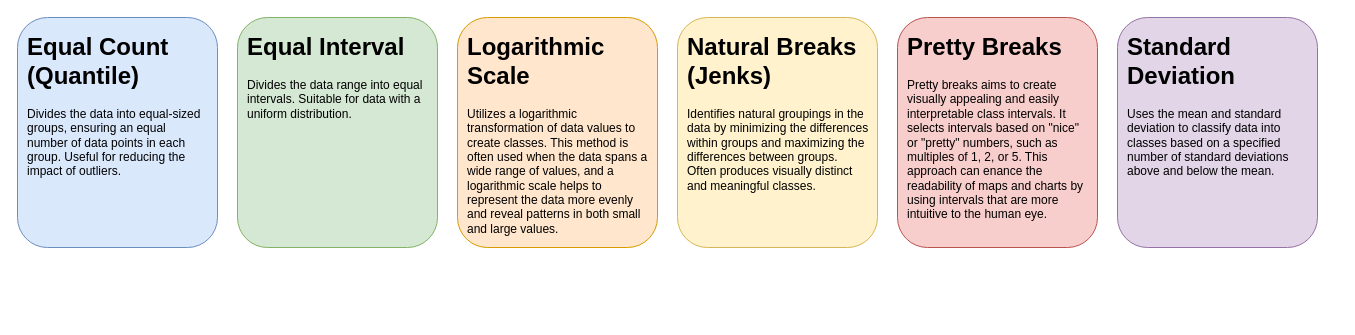
This is Assets/3_Theory/3_Theory_data_classification.drawio from haseeb-cb/fundamentals-of-gis, a draw.io file, before an edit. Source tidied: cells renumbered, new cells numbered last; positions are measured from the earlier drawing's top-left corner, leaving out a move shared by most shapes. Both pictures are drawn from the tidied source at 100%, with x=0, y=0 at pixel (17, 17).
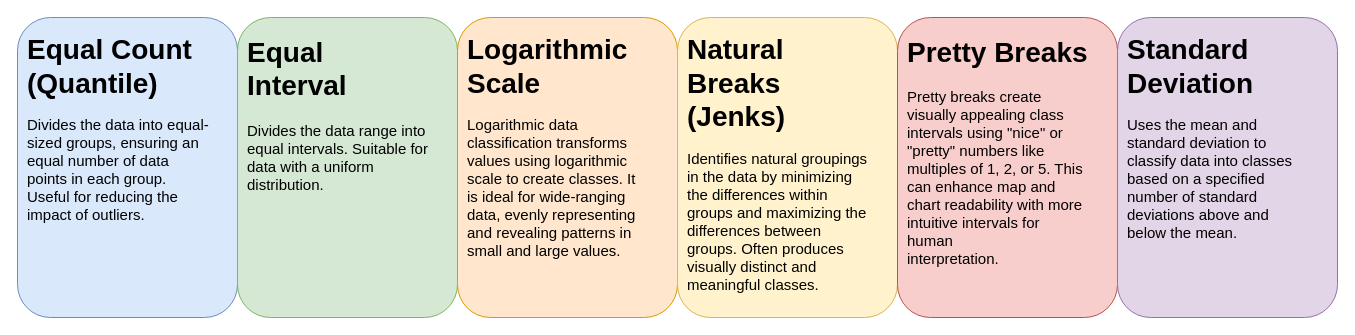
Above is the later version.

The edit, as a diff of the source:
```diff
@@
 <mxGraphModel>
   <root>
     <mxCell id="0" />
     <mxCell id="1" parent="0" />
     <mxCell id="2" style="rounded=1;whiteSpace=wrap;html=1;fillColor=#dae8fc;strokeColor=#6c8ebf;" parent="1" vertex="1">
-      <mxGeometry width="200" height="230" as="geometry" />
+      <mxGeometry width="220" height="300" as="geometry" />
     </mxCell>
-    <mxCell id="3" value="&lt;h1&gt;&lt;font style=&quot;font-size: 18px;&quot;&gt;&lt;font style=&quot;font-size: 18px;&quot;&gt;&lt;font style=&quot;font-size: 24px;&quot;&gt;&lt;font style=&quot;font-size: 24px;&quot;&gt;Equal Count (Quantile)&lt;/font&gt;&lt;/font&gt;&lt;/font&gt;&lt;/font&gt;&lt;br&gt;&lt;/h1&gt;&lt;p&gt;Divides the data into equal-sized groups, ensuring an equal number of data points in each group. Useful for reducing the impact of outliers.&lt;/p&gt;" style="text;html=1;strokeColor=none;fillColor=none;spacing=5;spacingTop=-20;whiteSpace=wrap;overflow=hidden;rounded=0;" parent="1" vertex="1">
-      <mxGeometry x="5" y="10" width="190" height="210" as="geometry" />
+    <mxCell id="3" value="&lt;h1&gt;&lt;font style=&quot;font-size: 18px;&quot;&gt;&lt;font style=&quot;font-size: 18px;&quot;&gt;&lt;font style=&quot;font-size: 24px;&quot;&gt;&lt;font style=&quot;font-size: 24px;&quot;&gt;&lt;font style=&quot;font-size: 28px;&quot;&gt;&lt;font style=&quot;font-size: 28px;&quot;&gt;Equal Count (Quantile)&lt;/font&gt;&lt;/font&gt;&lt;/font&gt;&lt;/font&gt;&lt;/font&gt;&lt;/font&gt;&lt;br&gt;&lt;/h1&gt;&lt;p&gt;&lt;font style=&quot;font-size: 15px;&quot;&gt;&lt;font style=&quot;font-size: 15px;&quot;&gt;Divides the data into equal-sized groups, ensuring an equal number of data points in each group. Useful for reducing the impact of outliers.&lt;/font&gt;&lt;/font&gt;&lt;/p&gt;" style="text;html=1;strokeColor=none;fillColor=none;spacing=5;spacingTop=-20;whiteSpace=wrap;overflow=hidden;rounded=0;" parent="1" vertex="1">
+      <mxGeometry x="5" y="10" width="190" height="270" as="geometry" />
     </mxCell>
     <mxCell id="4" style="rounded=1;whiteSpace=wrap;html=1;fillColor=#d5e8d4;strokeColor=#82b366;" parent="1" vertex="1">
-      <mxGeometry x="220" width="200" height="230" as="geometry" />
+      <mxGeometry x="220" width="220" height="300" as="geometry" />
     </mxCell>
-    <mxCell id="5" value="&lt;h1&gt;Equal Interval&lt;br&gt;&lt;/h1&gt;&lt;p&gt;Divides the data range into equal intervals. Suitable for data with a uniform distribution.&lt;/p&gt;" style="text;html=1;strokeColor=none;fillColor=none;spacing=5;spacingTop=-20;whiteSpace=wrap;overflow=hidden;rounded=0;" parent="1" vertex="1">
-      <mxGeometry x="225" y="10" width="190" height="210" as="geometry" />
+    <mxCell id="5" value="&lt;h1 style=&quot;font-size: 28px;&quot;&gt;Equal Interval&lt;br&gt;&lt;/h1&gt;&lt;p&gt;&lt;font style=&quot;font-size: 13px;&quot;&gt;&lt;font style=&quot;font-size: 14px;&quot;&gt;&lt;font style=&quot;font-size: 15px;&quot;&gt;Divides the data range into equal intervals. Suitable for data with a uniform distribution.&lt;/font&gt;&lt;/font&gt;&lt;/font&gt;&lt;/p&gt;" style="text;html=1;strokeColor=none;fillColor=none;spacing=5;spacingTop=-20;whiteSpace=wrap;overflow=hidden;rounded=0;" parent="1" vertex="1">
+      <mxGeometry x="225" y="10" width="190" height="270" as="geometry" />
     </mxCell>
     <mxCell id="6" style="rounded=1;whiteSpace=wrap;html=1;fillColor=#ffe6cc;strokeColor=#d79b00;" parent="1" vertex="1">
-      <mxGeometry x="440" width="200" height="230" as="geometry" />
+      <mxGeometry x="440" width="220" height="300" as="geometry" />
     </mxCell>
-    <mxCell id="7" value="&lt;h1&gt;Logarithmic Scale&lt;br&gt;&lt;/h1&gt;&lt;p&gt;Utilizes a logarithmic transformation of data values to create classes. This method is often used when the data spans a wide range of values, and a logarithmic scale helps to represent the data more evenly and reveal patterns in both small and large values.&lt;/p&gt;" style="text;html=1;strokeColor=none;fillColor=none;spacing=5;spacingTop=-20;whiteSpace=wrap;overflow=hidden;rounded=0;" parent="1" vertex="1">
-      <mxGeometry x="445" y="10" width="190" height="210" as="geometry" />
+    <mxCell id="7" value="&lt;h1&gt;&lt;font style=&quot;font-size: 25px;&quot;&gt;&lt;font style=&quot;font-size: 26px;&quot;&gt;&lt;font style=&quot;font-size: 27px;&quot;&gt;&lt;font style=&quot;font-size: 28px;&quot;&gt;Logarithmic Scale&lt;/font&gt;&lt;/font&gt;&lt;/font&gt;&lt;/font&gt;&lt;br&gt;&lt;/h1&gt;&lt;div class=&quot;flex flex-grow flex-col gap-3&quot;&gt;&lt;div style=&quot;font-size: 15px;&quot; class=&quot;min-h-[20px] flex flex-col items-start gap-4 whitespace-pre-wrap break-words&quot;&gt;&lt;div class=&quot;markdown prose w-full break-words dark:prose-invert light&quot;&gt;&lt;p&gt;Logarithmic data classification transforms values using logarithmic scale to create classes. It is ideal for wide-ranging data, evenly representing and revealing patterns in small and large values.&lt;/p&gt;&lt;/div&gt;&lt;/div&gt;&lt;/div&gt;&lt;p&gt;&lt;/p&gt;" style="text;html=1;strokeColor=none;fillColor=none;spacing=5;spacingTop=-20;whiteSpace=wrap;overflow=hidden;rounded=0;" parent="1" vertex="1">
+      <mxGeometry x="445" y="10" width="190" height="270" as="geometry" />
     </mxCell>
     <mxCell id="8" style="rounded=1;whiteSpace=wrap;html=1;fillColor=#fff2cc;strokeColor=#d6b656;" parent="1" vertex="1">
-      <mxGeometry x="660" width="200" height="230" as="geometry" />
+      <mxGeometry x="660" width="220" height="300" as="geometry" />
     </mxCell>
-    <mxCell id="9" value="&lt;h1&gt;Natural Breaks (Jenks)&lt;br&gt;&lt;/h1&gt;&lt;p&gt;Identifies natural groupings in the data by minimizing the differences within groups and maximizing the differences between groups. Often produces visually distinct and meaningful classes.&lt;/p&gt;" style="text;html=1;strokeColor=none;fillColor=none;spacing=5;spacingTop=-20;whiteSpace=wrap;overflow=hidden;rounded=0;" parent="1" vertex="1">
-      <mxGeometry x="665" y="10" width="190" height="210" as="geometry" />
+    <mxCell id="9" value="&lt;h1&gt;&lt;font style=&quot;font-size: 25px;&quot;&gt;&lt;font style=&quot;font-size: 26px;&quot;&gt;&lt;font style=&quot;font-size: 27px;&quot;&gt;&lt;font style=&quot;font-size: 28px;&quot;&gt;Natural Breaks (Jenks)&lt;/font&gt;&lt;/font&gt;&lt;/font&gt;&lt;/font&gt;&lt;br&gt;&lt;/h1&gt;&lt;p&gt;&lt;font style=&quot;font-size: 13px;&quot;&gt;&lt;font style=&quot;font-size: 14px;&quot;&gt;&lt;font style=&quot;font-size: 15px;&quot;&gt;Identifies natural groupings in the data by minimizing the differences within groups and maximizing the differences between groups. Often produces visually distinct and meaningful classes.&lt;/font&gt;&lt;/font&gt;&lt;/font&gt;&lt;/p&gt;" style="text;html=1;strokeColor=none;fillColor=none;spacing=5;spacingTop=-20;whiteSpace=wrap;overflow=hidden;rounded=0;" parent="1" vertex="1">
+      <mxGeometry x="665" y="10" width="190" height="270" as="geometry" />
     </mxCell>
     <mxCell id="10" style="rounded=1;whiteSpace=wrap;html=1;fillColor=#f8cecc;strokeColor=#b85450;" parent="1" vertex="1">
-      <mxGeometry x="880" width="200" height="230" as="geometry" />
+      <mxGeometry x="880" width="220" height="300" as="geometry" />
     </mxCell>
-    <mxCell id="11" value="&lt;h1&gt;Pretty Breaks&lt;br&gt;&lt;/h1&gt;&lt;p&gt;Pretty breaks aims to create visually appealing and easily interpretable class intervals. It selects intervals based on &quot;nice&quot; or &quot;pretty&quot; numbers, such as multiples of 1, 2, or 5. This approach can enance the readability of maps and charts by using intervals that are more intuitive to the human eye.&lt;/p&gt;" style="text;html=1;strokeColor=none;fillColor=none;spacing=5;spacingTop=-20;whiteSpace=wrap;overflow=hidden;rounded=0;" parent="1" vertex="1">
-      <mxGeometry x="885" y="10" width="190" height="210" as="geometry" />
+    <mxCell id="11" value="&lt;h1 style=&quot;font-size: 28px;&quot;&gt;&lt;font style=&quot;font-size: 28px;&quot;&gt;Pretty Breaks&lt;br&gt;&lt;/font&gt;&lt;/h1&gt;&lt;p&gt;&lt;font style=&quot;font-size: 15px;&quot;&gt;&lt;font style=&quot;font-size: 15px;&quot;&gt;Pretty breaks create visually appealing class intervals using &quot;nice&quot; or &lt;br/&gt;&quot;pretty&quot; numbers like multiples of 1, 2, or 5. This can enhance map and &lt;br/&gt;chart readability with more intuitive intervals for human &lt;br/&gt;interpretation.&lt;/font&gt;&lt;/font&gt;&lt;/p&gt;" style="text;html=1;strokeColor=none;fillColor=none;spacing=5;spacingTop=-20;whiteSpace=wrap;overflow=hidden;rounded=0;" parent="1" vertex="1">
+      <mxGeometry x="885" y="10" width="190" height="270" as="geometry" />
     </mxCell>
     <mxCell id="12" style="rounded=1;whiteSpace=wrap;html=1;fillColor=#e1d5e7;strokeColor=#9673a6;" parent="1" vertex="1">
-      <mxGeometry x="1100" width="200" height="230" as="geometry" />
+      <mxGeometry x="1100" width="220" height="300" as="geometry" />
     </mxCell>
-    <mxCell id="13" value="&lt;h1&gt;Standard Deviation&lt;br&gt;&lt;/h1&gt;&lt;p&gt;Uses the mean and standard deviation to classify data into classes based on a specified number of standard deviations above and below the mean.&lt;/p&gt;" style="text;html=1;strokeColor=none;fillColor=none;spacing=5;spacingTop=-20;whiteSpace=wrap;overflow=hidden;rounded=0;" parent="1" vertex="1">
-      <mxGeometry x="1105" y="10" width="190" height="210" as="geometry" />
+    <mxCell id="13" value="&lt;h1&gt;&lt;font style=&quot;font-size: 25px;&quot;&gt;&lt;font style=&quot;font-size: 26px;&quot;&gt;&lt;font style=&quot;font-size: 27px;&quot;&gt;&lt;font style=&quot;font-size: 28px;&quot;&gt;Standard Deviation&lt;/font&gt;&lt;/font&gt;&lt;/font&gt;&lt;/font&gt;&lt;br&gt;&lt;/h1&gt;&lt;p&gt;&lt;font style=&quot;font-size: 13px;&quot;&gt;&lt;font style=&quot;font-size: 14px;&quot;&gt;&lt;font style=&quot;font-size: 15px;&quot;&gt;Uses the mean and standard deviation to classify data into classes based on a specified number of standard deviations above and below the mean.&lt;/font&gt;&lt;/font&gt;&lt;/font&gt;&lt;/p&gt;" style="text;html=1;strokeColor=none;fillColor=none;spacing=5;spacingTop=-20;whiteSpace=wrap;overflow=hidden;rounded=0;" parent="1" vertex="1">
+      <mxGeometry x="1105" y="10" width="190" height="270" as="geometry" />
     </mxCell>
   </root>
 </mxGraphModel>
```
